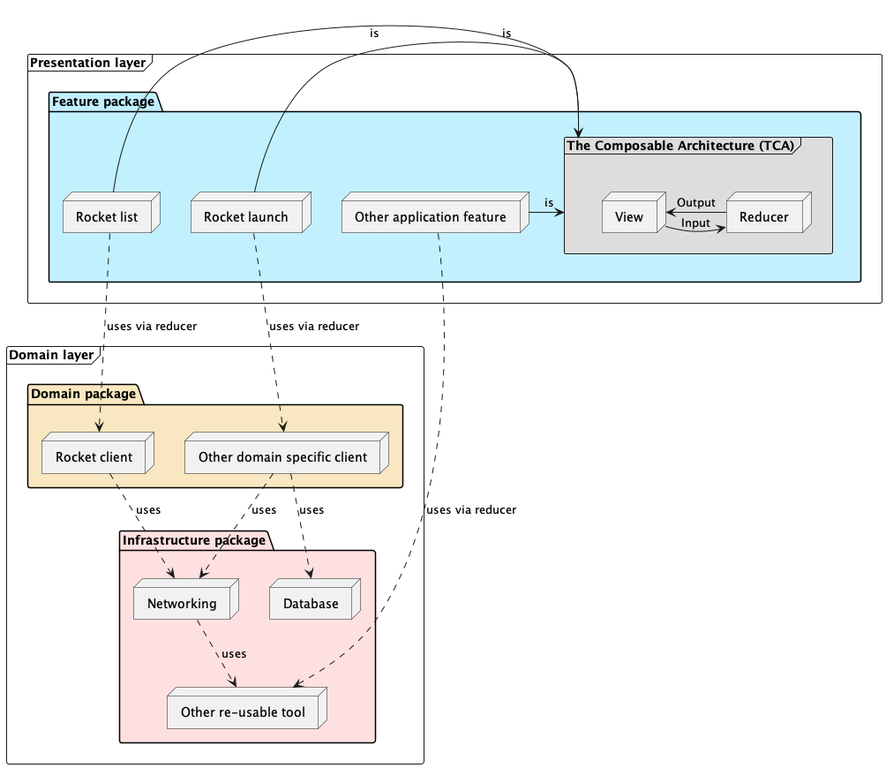
Above: Solution/iOS/Docs/Images/iosArchitecture.png in Qase/mobile-assignment (PlantUML), before the change. Source of this version:
```plantuml
@startuml iosArchitecture

frame "Domain layer" {
   package "Infrastructure package" #Implementation {
      node Networking
      node Database
      node "Other re-usable tool"

      Networking ..> "Other re-usable tool" : uses
   }

   package "Domain package" #Strategy {
      node "Rocket client"
      node "Other domain specific client"
   }

   "Rocket client" ..> Networking: uses
   "Other domain specific client" ..> Networking : uses
   "Other domain specific client" ..> Database : uses
}

frame "Presentation layer" {
   package "Feature package" #Application {
      node "Rocket list"
      node "Rocket launch"
      node "Other application feature"

      frame "The Composable Architecture (TCA)" #DDDDDD {
         node Reducer
         node View

         Reducer -> View : Output
         View -> Reducer : Input
      }

      "Rocket list" -> "The Composable Architecture (TCA)" : is
      "Rocket launch" -> "The Composable Architecture (TCA)" : is
      "Other application feature" -> "The Composable Architecture (TCA)" : is
   }
}

"Rocket list" ..> "Rocket client" : uses via reducer
"Rocket launch" ..> "Other domain specific client" : uses via reducer
"Other application feature" ..> "Other re-usable tool" : uses via reducer

@enduml
```
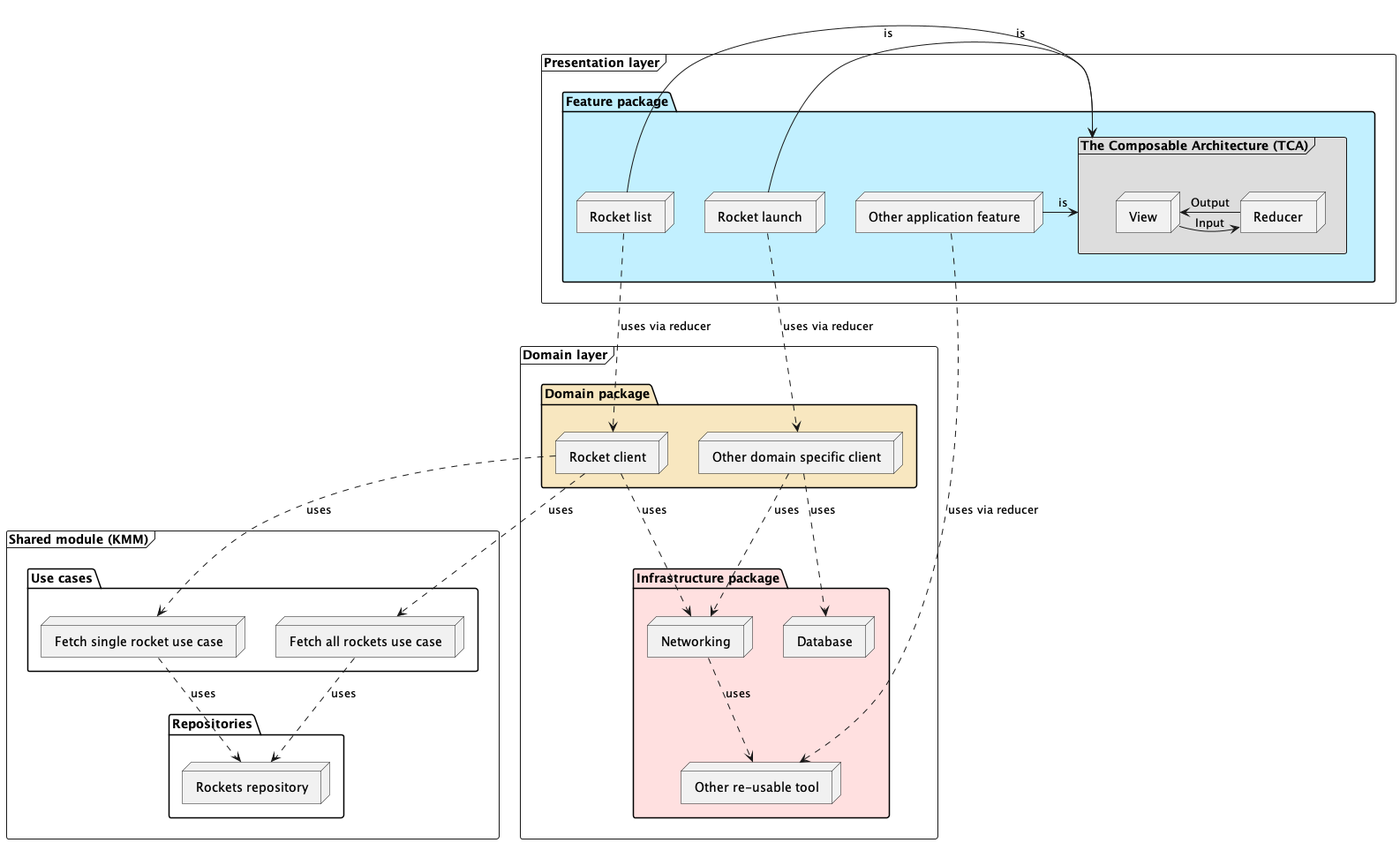
The same diagram one commit later.

Commit message:
The architeture diagram extended with KMM shared module.

Diff of the diagram source:
```diff
@@ -1,4 +1,18 @@
 @startuml iosArchitecture
+
+frame "Shared module (KMM)" {
+   package "Use cases" {
+      node "Fetch single rocket use case"
+      node "Fetch all rockets use case"
+   }
+
+   package "Repositories" {
+      node "Rockets repository"
+   }
+
+   "Fetch single rocket use case" ..> "Rockets repository" : uses
+   "Fetch all rockets use case" ..> "Rockets repository" : uses
+}
 
 frame "Domain layer" {
    package "Infrastructure package" #Implementation {
@@ -17,6 +31,9 @@
    "Rocket client" ..> Networking: uses
    "Other domain specific client" ..> Networking : uses
    "Other domain specific client" ..> Database : uses
+
+   "Rocket client" ..> "Fetch single rocket use case" : uses
+   "Rocket client" ..> "Fetch all rockets use case" : uses
 }
 
 frame "Presentation layer" {
```
